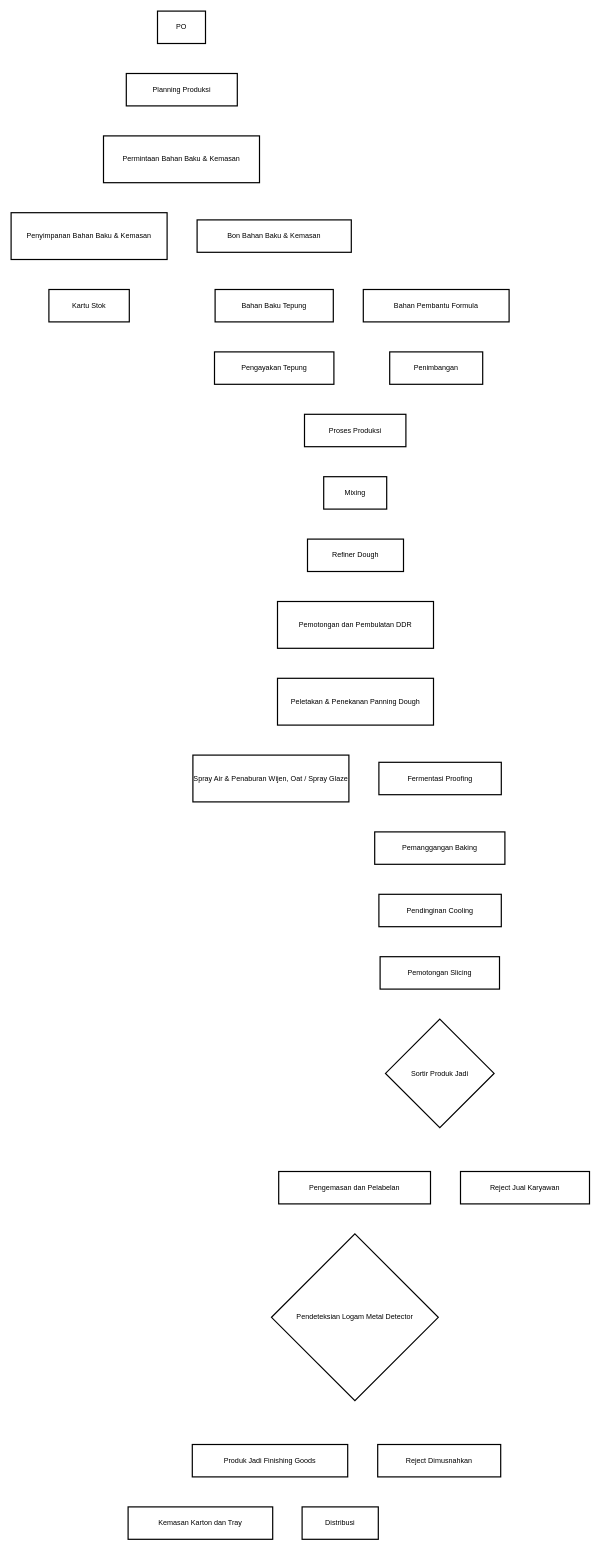
Before: Bun SKL 3.drawio in hafizh911/drawio, a draw.io diagram. Source tidied: cells renumbered, new cells numbered last; positions are measured from the earlier drawing's top-left corner, leaving out a move shared by most shapes. Both pictures are drawn from the tidied source at 60%, with x=0, y=0 at pixel (11, 11).
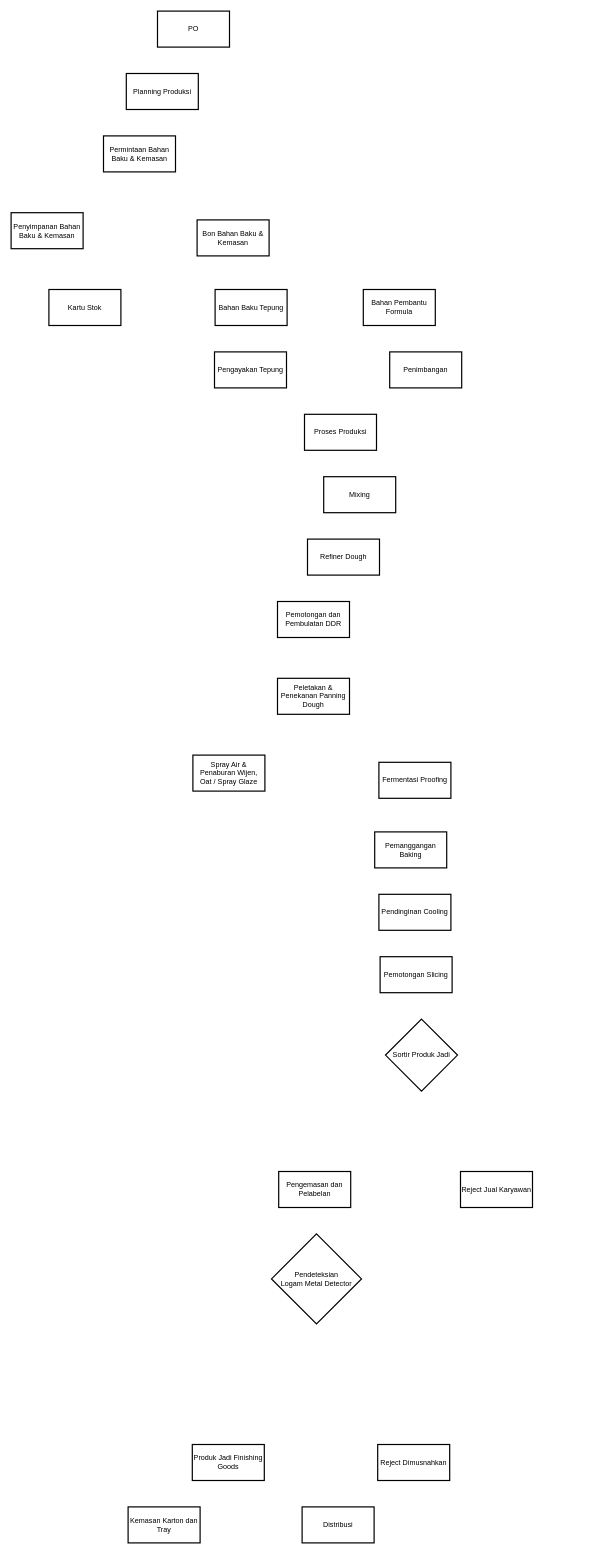
The same page after the edit.

What changed in the source:
```diff
@@
     <mxCell id="2" value="PO" style="whiteSpace=wrap;strokeWidth=2;" parent="1" vertex="1">
-      <mxGeometry x="244" width="80" height="54" as="geometry" />
+      <mxGeometry x="244" width="120" height="60" as="geometry" />
     </mxCell>
     <mxCell id="3" value="Planning Produksi" style="whiteSpace=wrap;strokeWidth=2;" parent="1" vertex="1">
-      <mxGeometry x="192" y="104" width="185" height="54" as="geometry" />
+      <mxGeometry x="192" y="104" width="120" height="60" as="geometry" />
     </mxCell>
     <mxCell id="4" value="Permintaan Bahan Baku &amp; Kemasan" style="whiteSpace=wrap;strokeWidth=2;" parent="1" vertex="1">
-      <mxGeometry x="154" y="208" width="260" height="78" as="geometry" />
+      <mxGeometry x="154" y="208" width="120" height="60" as="geometry" />
     </mxCell>
     <mxCell id="5" value="Bon Bahan Baku &amp; Kemasan" style="whiteSpace=wrap;strokeWidth=2;" parent="1" vertex="1">
-      <mxGeometry x="310" y="348" width="257" height="54" as="geometry" />
+      <mxGeometry x="310" y="348" width="120" height="60" as="geometry" />
     </mxCell>
     <mxCell id="6" value="Penyimpanan Bahan Baku &amp; Kemasan" style="whiteSpace=wrap;strokeWidth=2;" parent="1" vertex="1">
-      <mxGeometry y="336" width="260" height="78" as="geometry" />
+      <mxGeometry y="336" width="120" height="60" as="geometry" />
     </mxCell>
     <mxCell id="7" value="Kartu Stok" style="whiteSpace=wrap;strokeWidth=2;" parent="1" vertex="1">
-      <mxGeometry x="63" y="464" width="134" height="54" as="geometry" />
+      <mxGeometry x="63" y="464" width="120" height="60" as="geometry" />
     </mxCell>
     <mxCell id="8" value="Bahan Baku Tepung" style="whiteSpace=wrap;strokeWidth=2;" parent="1" vertex="1">
-      <mxGeometry x="340" y="464" width="197" height="54" as="geometry" />
+      <mxGeometry x="340" y="464" width="120" height="60" as="geometry" />
     </mxCell>
     <mxCell id="9" value="Pengayakan Tepung" style="whiteSpace=wrap;strokeWidth=2;" parent="1" vertex="1">
-      <mxGeometry x="339" y="568" width="199" height="54" as="geometry" />
+      <mxGeometry x="339" y="568" width="120" height="60" as="geometry" />
     </mxCell>
     <mxCell id="10" value="Proses Produksi" style="whiteSpace=wrap;strokeWidth=2;" parent="1" vertex="1">
-      <mxGeometry x="489" y="672" width="169" height="54" as="geometry" />
+      <mxGeometry x="489" y="672" width="120" height="60" as="geometry" />
     </mxCell>
     <mxCell id="11" value="Bahan Pembantu Formula" style="whiteSpace=wrap;strokeWidth=2;" parent="1" vertex="1">
-      <mxGeometry x="587" y="464" width="243" height="54" as="geometry" />
+      <mxGeometry x="587" y="464" width="120" height="60" as="geometry" />
     </mxCell>
     <mxCell id="12" value="Penimbangan" style="whiteSpace=wrap;strokeWidth=2;" parent="1" vertex="1">
-      <mxGeometry x="631" y="568" width="155" height="54" as="geometry" />
+      <mxGeometry x="631" y="568" width="120" height="60" as="geometry" />
     </mxCell>
     <mxCell id="13" value="Mixing" style="whiteSpace=wrap;strokeWidth=2;" parent="1" vertex="1">
-      <mxGeometry x="521" y="776" width="105" height="54" as="geometry" />
+      <mxGeometry x="521" y="776" width="120" height="60" as="geometry" />
     </mxCell>
     <mxCell id="14" value="Refiner Dough" style="whiteSpace=wrap;strokeWidth=2;" parent="1" vertex="1">
-      <mxGeometry x="494" y="880" width="160" height="54" as="geometry" />
+      <mxGeometry x="494" y="880" width="120" height="60" as="geometry" />
     </mxCell>
     <mxCell id="15" value="Pemotongan dan Pembulatan DDR" style="whiteSpace=wrap;strokeWidth=2;" parent="1" vertex="1">
-      <mxGeometry x="444" y="984" width="260" height="78" as="geometry" />
+      <mxGeometry x="444" y="984" width="120" height="60" as="geometry" />
     </mxCell>
     <mxCell id="16" value="Peletakan &amp; Penekanan Panning Dough" style="whiteSpace=wrap;strokeWidth=2;" parent="1" vertex="1">
-      <mxGeometry x="444" y="1112" width="260" height="78" as="geometry" />
+      <mxGeometry x="444" y="1112" width="120" height="60" as="geometry" />
     </mxCell>
     <mxCell id="17" value="Spray Air &amp; Penaburan Wijen, Oat / Spray Glaze" style="whiteSpace=wrap;strokeWidth=2;" parent="1" vertex="1">
-      <mxGeometry x="303" y="1240" width="260" height="78" as="geometry" />
+      <mxGeometry x="303" y="1240" width="120" height="60" as="geometry" />
     </mxCell>
     <mxCell id="18" value="Fermentasi Proofing" style="whiteSpace=wrap;strokeWidth=2;" parent="1" vertex="1">
-      <mxGeometry x="613" y="1252" width="204" height="54" as="geometry" />
+      <mxGeometry x="613" y="1252" width="120" height="60" as="geometry" />
     </mxCell>
     <mxCell id="19" value="Pemanggangan Baking" style="whiteSpace=wrap;strokeWidth=2;" parent="1" vertex="1">
-      <mxGeometry x="606" y="1368" width="217" height="54" as="geometry" />
+      <mxGeometry x="606" y="1368" width="120" height="60" as="geometry" />
     </mxCell>
     <mxCell id="20" value="Pendinginan Cooling" style="whiteSpace=wrap;strokeWidth=2;" parent="1" vertex="1">
-      <mxGeometry x="613" y="1472" width="204" height="54" as="geometry" />
+      <mxGeometry x="613" y="1472" width="120" height="60" as="geometry" />
     </mxCell>
     <mxCell id="21" value="Pemotongan Slicing" style="whiteSpace=wrap;strokeWidth=2;" parent="1" vertex="1">
-      <mxGeometry x="615" y="1576" width="199" height="54" as="geometry" />
+      <mxGeometry x="615" y="1576" width="120" height="60" as="geometry" />
     </mxCell>
     <mxCell id="22" value="Sortir Produk Jadi" style="rhombus;strokeWidth=2;whiteSpace=wrap;" parent="1" vertex="1">
-      <mxGeometry x="624" y="1680" width="181" height="181" as="geometry" />
+      <mxGeometry x="624" y="1680" width="120" height="120" as="geometry" />
     </mxCell>
     <mxCell id="23" value="Pengemasan dan Pelabelan" style="whiteSpace=wrap;strokeWidth=2;" parent="1" vertex="1">
-      <mxGeometry x="446" y="1934" width="253" height="54" as="geometry" />
+      <mxGeometry x="446" y="1934" width="120" height="60" as="geometry" />
     </mxCell>
     <mxCell id="24" value="Reject Jual Karyawan" style="whiteSpace=wrap;strokeWidth=2;" parent="1" vertex="1">
-      <mxGeometry x="749" y="1934" width="215" height="54" as="geometry" />
+      <mxGeometry x="749" y="1934" width="120" height="60" as="geometry" />
     </mxCell>
-    <mxCell id="25" value="Pendeteksian Logam Metal Detector" style="rhombus;strokeWidth=2;whiteSpace=wrap;" parent="1" vertex="1">
-      <mxGeometry x="434" y="2038" width="278" height="278" as="geometry" />
+    <mxCell id="25" value="Pendeteksian&#10;Logam Metal Detector" style="rhombus;strokeWidth=2;whiteSpace=wrap;" parent="1" vertex="1">
+      <mxGeometry x="434" y="2038" width="150" height="150" as="geometry" />
     </mxCell>
     <mxCell id="26" value="Produk Jadi Finishing Goods" style="whiteSpace=wrap;strokeWidth=2;" parent="1" vertex="1">
-      <mxGeometry x="302" y="2389" width="259" height="54" as="geometry" />
+      <mxGeometry x="302" y="2389" width="120" height="60" as="geometry" />
     </mxCell>
     <mxCell id="27" value="Reject Dimusnahkan" style="whiteSpace=wrap;strokeWidth=2;" parent="1" vertex="1">
-      <mxGeometry x="611" y="2389" width="205" height="54" as="geometry" />
+      <mxGeometry x="611" y="2389" width="120" height="60" as="geometry" />
     </mxCell>
     <mxCell id="28" value="Kemasan Karton dan Tray" style="whiteSpace=wrap;strokeWidth=2;" parent="1" vertex="1">
-      <mxGeometry x="195" y="2493" width="241" height="54" as="geometry" />
+      <mxGeometry x="195" y="2493" width="120" height="60" as="geometry" />
     </mxCell>
     <mxCell id="29" value="Distribusi" style="whiteSpace=wrap;strokeWidth=2;" parent="1" vertex="1">
-      <mxGeometry x="485" y="2493" width="127" height="54" as="geometry" />
+      <mxGeometry x="485" y="2493" width="120" height="60" as="geometry" />
     </mxCell>
```
